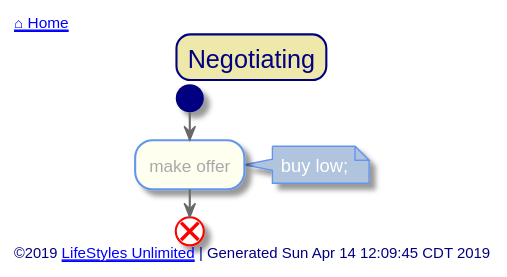
The PlantUML diagram out/src/single-family/negotiating.svg in toddmo/lifestylesunlimited, before a commit. Its diagram source:
```plantuml
@startuml negotiating


skinparam {
  BorderColor Red
  PathHoverColor Blue
}

skinparam Title {
  FontColor Navy
  BackgroundColor PaleGoldenRod
  BorderColor Navy
  BorderRoundCorner 20
}

skinparam activity {
  BackgroundColor Ivory
  BorderColor CornflowerBlue
  FontColor DarkGray

  Arrow {
    Color dimgray
    FontColor dimgray
  }

  Start {
    Color Navy
  }

  End {
    Color Red
  }

  Diamond {
    BackgroundColor Ivory
    BorderColor CornflowerBlue
    FontColor DarkGray
  }

  BackgroundColor<< Exception >> Red
	BorderColor<< Exception >> White
}

skinparam Swimlane {
  BorderColor CornflowerBlue
}

skinparam Partition {
  BackgroundColor DarkSeaGreen
  BorderColor CornflowerBlue
  BorderThickness 1
  FontColor White
  FontSize 16
}
skinparam Note {
  BackgroundColor LightSteelBlue
  BorderColor CornflowerBlue
  FontColor White
}

skinparam Footer {
  FontColor Navy
}


left header
	<font color=Navy>[[../index.svg ⌂ Home]]</font>
endheader


	Title Negotiating

	start
		:make offer;
		note right: buy low;

	end

left footer
	©2019 [[http://www.lifestylesunlimited.com LifeStyles Unlimited]] | Generated Sun Apr 14 12:09:45 CDT 2019
endfooter


@enduml
```
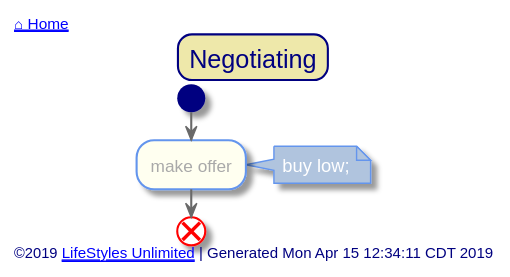
The same file after the commit.

Change to the diagram source:
```diff
@@ -77,7 +77,7 @@
 	end
 
 left footer
-	©2019 [[http://www.lifestylesunlimited.com LifeStyles Unlimited]] | Generated Sun Apr 14 12:09:45 CDT 2019
+	©2019 [[http://www.lifestylesunlimited.com LifeStyles Unlimited]] | Generated Mon Apr 15 12:34:11 CDT 2019
 endfooter
 
 
```
